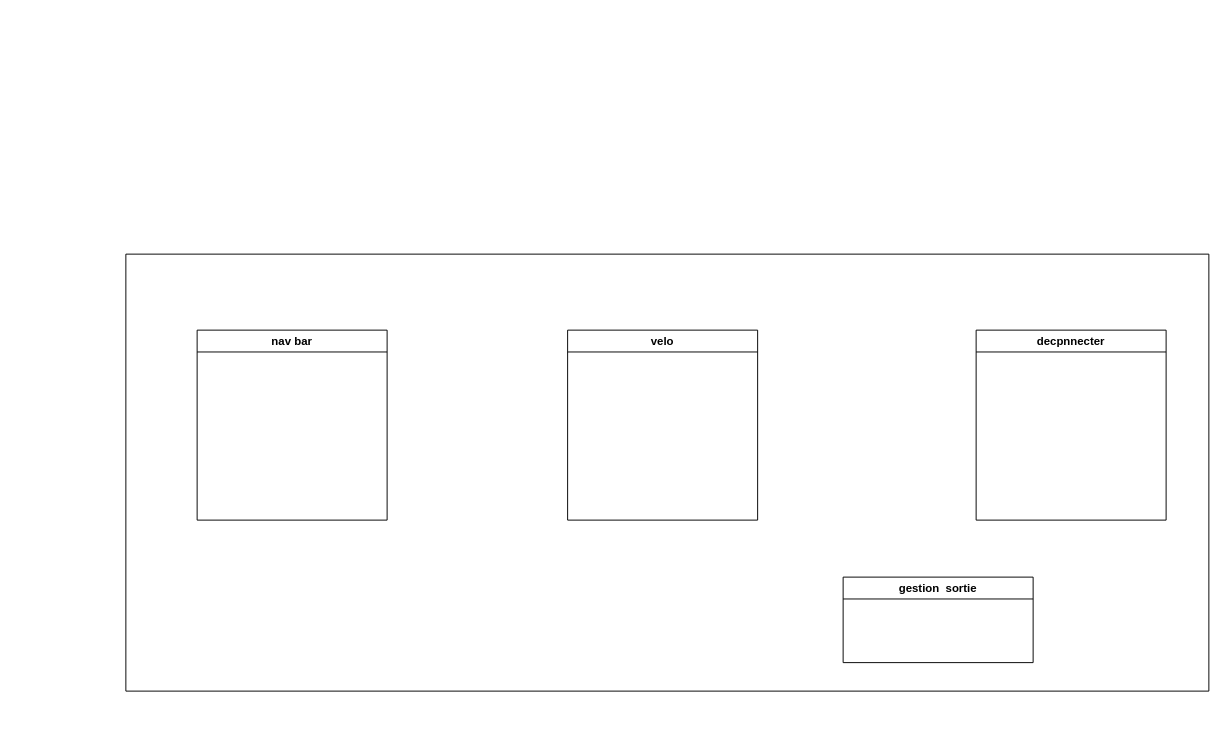
The draw.io diagram UML ETAT TRANSITION.drawio in djn-web/djn-web, before the edit. Source tidied: cells renumbered, new cells numbered last; positions are measured from the earlier drawing's top-left corner, leaving out a move shared by most shapes. Both pictures are drawn from the tidied source at 95%, with x=0, y=0 at pixel (125, 254).
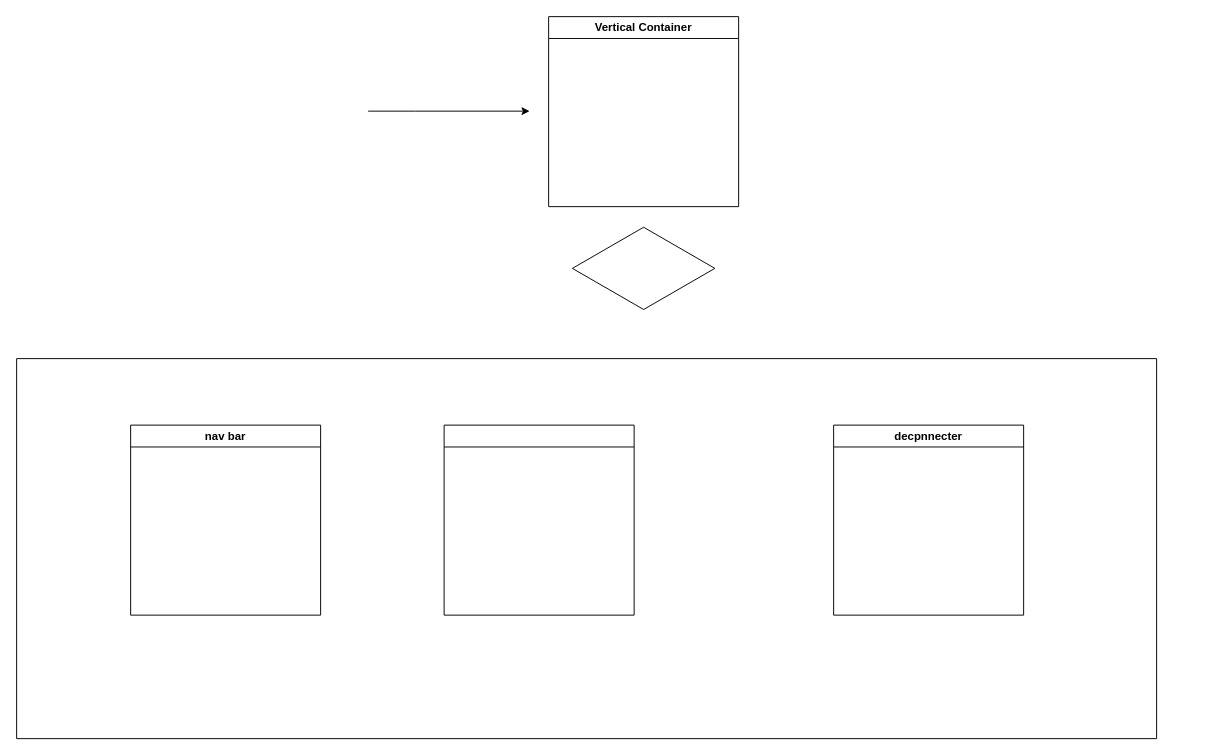
The same diagram, later.

Commit message (it also covers changes not shown here):
Mettre à jour UML ETAT TRANSITION.drawio

Diff of the diagram source:
```diff
@@
 <mxGraphModel>
   <root>
     <mxCell id="0" />
     <mxCell id="1" parent="0" />
-    <mxCell id="2" style="swimlane;startSize=0;" parent="1" vertex="1">
-      <mxGeometry width="1140" height="460" as="geometry" />
-    </mxCell>
+    <mxCell id="7" value="Vertical Container" style="swimlane;whiteSpace=wrap;html=1;" parent="1" vertex="1">
+      <mxGeometry x="445" y="-250" width="200" height="200" as="geometry" />
+    </mxCell>
+    <mxCell id="8" style="html=1;whiteSpace=wrap;shape=isoRectangle;" parent="1" vertex="1">
+      <mxGeometry x="470" y="-30" width="150" height="90" as="geometry" />
+    </mxCell>
+    <mxCell id="9" style="endArrow=classic;html=1;rounded=0;" parent="1" edge="1">
+      <mxGeometry relative="1" as="geometry">
+        <mxPoint x="255" y="-150.5" as="sourcePoint" />
+        <mxPoint x="425" y="-150.5" as="targetPoint" />
+        <Array as="points">
+          <mxPoint x="305" y="-150.5" />
+        </Array>
+      </mxGeometry>
+    </mxCell>
+    <mxCell id="10" style="endArrow=classic;html=1;rounded=0;strokeColor=none;" parent="1" edge="1" source="11">
+      <mxGeometry relative="1" as="geometry">
+        <mxPoint x="655" y="-110" as="targetPoint" />
+        <Array as="points">
+          <mxPoint x="1125" y="270" />
+          <mxPoint x="1105" y="-110" />
+          <mxPoint x="915" y="-110" />
+        </Array>
+      </mxGeometry>
+    </mxCell>
+    <mxCell id="11" style="swimlane;startSize=0;" parent="1" vertex="1">
+      <mxGeometry x="-115" y="110" width="1200" height="400" as="geometry" />
+    </mxCell>
-    <mxCell id="3" value="nav bar" style="swimlane;whiteSpace=wrap;html=1;" parent="2" vertex="1">
-      <mxGeometry x="75" y="80" width="200" height="200" as="geometry" />
+    <mxCell id="3" value="nav bar" style="swimlane;whiteSpace=wrap;html=1;" parent="11" vertex="1">
+      <mxGeometry x="120" y="70" width="200" height="200" as="geometry" />
     </mxCell>
+    <mxCell id="12" value="&lt;div&gt;&lt;br&gt;&lt;/div&gt;&lt;div&gt;&lt;br&gt;&lt;/div&gt;&lt;div&gt;&lt;br&gt;&lt;/div&gt;&lt;div&gt;&lt;br&gt;&lt;/div&gt;&lt;div&gt;&lt;br&gt;&lt;/div&gt;&lt;div&gt;&lt;br&gt;&lt;/div&gt;&lt;div&gt;&lt;br&gt;&lt;/div&gt;&lt;div&gt;&lt;br&gt;&lt;/div&gt;&lt;div&gt;&lt;br&gt;&lt;/div&gt;&lt;div&gt;&lt;br&gt;&lt;/div&gt;&lt;div&gt;&lt;br&gt;&lt;/div&gt;&lt;div&gt;&lt;br&gt;&lt;/div&gt;&lt;div&gt;&lt;br&gt;&lt;/div&gt;&lt;div&gt;&lt;br&gt;&lt;/div&gt;&lt;div&gt;&lt;br&gt;&lt;/div&gt;&lt;div&gt;&lt;br&gt;&lt;/div&gt;&lt;div&gt;&lt;br&gt;&lt;/div&gt;&lt;div&gt;&lt;br&gt;&lt;/div&gt;&lt;div&gt;&lt;br&gt;&lt;/div&gt;&lt;div&gt;&lt;br&gt;&lt;/div&gt;&lt;div&gt;&lt;br&gt;&lt;/div&gt;&lt;div&gt;&lt;br&gt;&lt;/div&gt;&lt;div&gt;&lt;br&gt;&lt;/div&gt;" style="swimlane;whiteSpace=wrap;html=1;startSize=23;" parent="11" vertex="1">
+      <mxGeometry x="450" y="70" width="200" height="200" as="geometry" />
+    </mxCell>
-    <mxCell id="4" value="decpnnecter" style="swimlane;whiteSpace=wrap;html=1;startSize=23;" parent="2" vertex="1">
-      <mxGeometry x="895" y="80" width="200" height="200" as="geometry" />
+    <mxCell id="4" value="decpnnecter" style="swimlane;whiteSpace=wrap;html=1;startSize=23;" parent="11" vertex="1">
+      <mxGeometry x="860" y="70" width="200" height="200" as="geometry" />
     </mxCell>
-    <mxCell id="5" value="velo" style="swimlane;whiteSpace=wrap;html=1;startSize=23;" parent="2" vertex="1">
-      <mxGeometry x="465" y="80" width="200" height="200" as="geometry" />
-    </mxCell>
-    <mxCell id="6" value="gestion&amp;nbsp; sortie" style="swimlane;whiteSpace=wrap;html=1;" parent="2" vertex="1">
-      <mxGeometry x="755" y="340" width="200" height="90" as="geometry" />
-    </mxCell>
   </root>
 </mxGraphModel>
```
